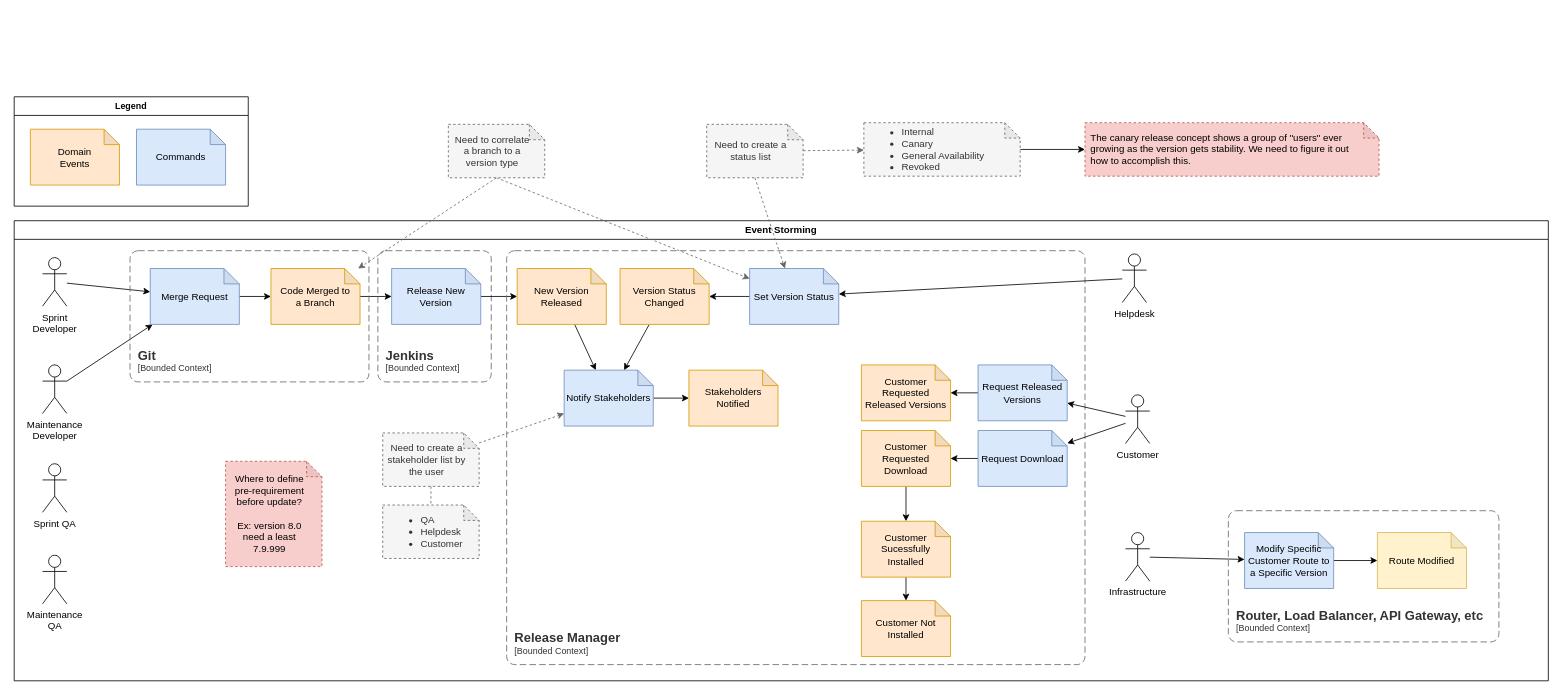
Before: docs/release-manager.drawio in release-manager-2023/concurso-intersystems-2023, a draw.io diagram. Source tidied: cells renumbered, new cells numbered last; positions are measured from the earlier drawing's top-left corner, leaving out a move shared by most shapes. Both pictures are drawn from the tidied source at 81%, with x=0, y=0 at pixel (14, 96).
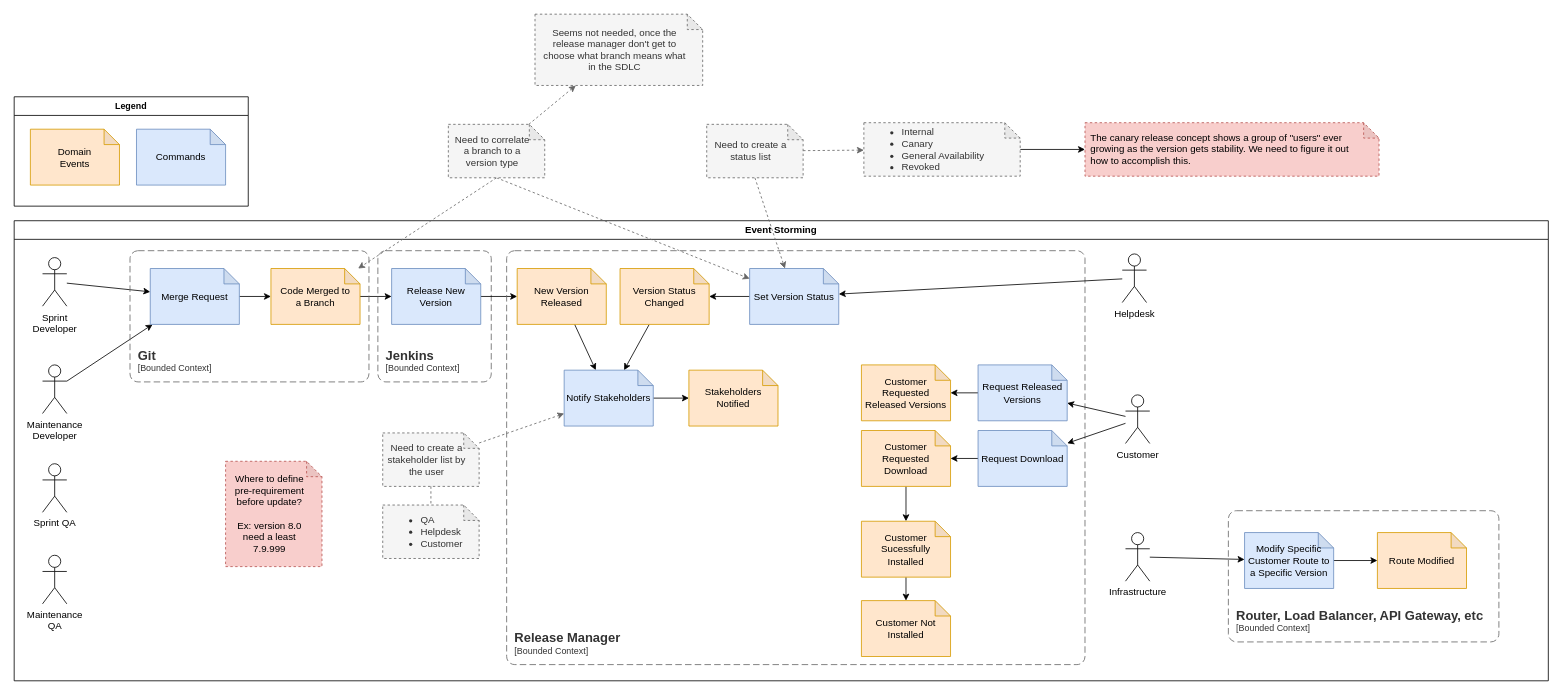
The same diagram, later.

Commit message:
Event Storming

The change refers to these unchanged cells:
```xml
<mxCell id="2" value="Event Storming" style="swimlane;whiteSpace=wrap;html=1;" parent="1" vertex="1">
  <mxGeometry y="153" width="1894" height="568" as="geometry" />
</mxCell>
<mxCell id="55" value="Need to correlate a branch to a version type" style="shape=note;whiteSpace=wrap;html=1;backgroundOutline=1;darkOpacity=0.05;size=19;fillColor=#f5f5f5;strokeColor=#666666;fontColor=#333333;dashed=1;spacing=2;spacingRight=15;spacingLeft=5;" parent="1" vertex="1">
  <mxGeometry x="536" y="34" width="119" height="66" as="geometry" />
</mxCell>
```

Change to the diagram source:
```diff
@@
-    <mxCell id="48" value="Route Modified" style="shape=note;whiteSpace=wrap;html=1;backgroundOutline=1;darkOpacity=0.05;size=19;fillColor=#fff2cc;strokeColor=#d6b656;" parent="2" vertex="1">
+    <mxCell id="48" value="Route Modified" style="shape=note;whiteSpace=wrap;html=1;backgroundOutline=1;darkOpacity=0.05;size=19;fillColor=#ffe6cc;strokeColor=#d79b00;" parent="2" vertex="1">
       <mxGeometry x="1683" y="385" width="110" height="69" as="geometry" />
     </mxCell>
@@
+    <mxCell id="65" style="rounded=0;jettySize=auto;html=1;fillColor=#f5f5f5;strokeColor=#666666;dashed=1;" parent="1" edge="1" source="55" target="66">
+      <mxGeometry relative="1" as="geometry" />
+    </mxCell>
@@
+    <mxCell id="66" value="Seems not needed, once the release manager don't get to choose what branch means what in the SDLC" style="shape=note;whiteSpace=wrap;html=1;backgroundOutline=1;darkOpacity=0.05;size=19;fillColor=#f5f5f5;strokeColor=#666666;fontColor=#333333;dashed=1;spacing=2;spacingRight=15;spacingLeft=5;" parent="1" vertex="1">
+      <mxGeometry x="643" y="-102" width="207" height="88" as="geometry" />
+    </mxCell>
```
